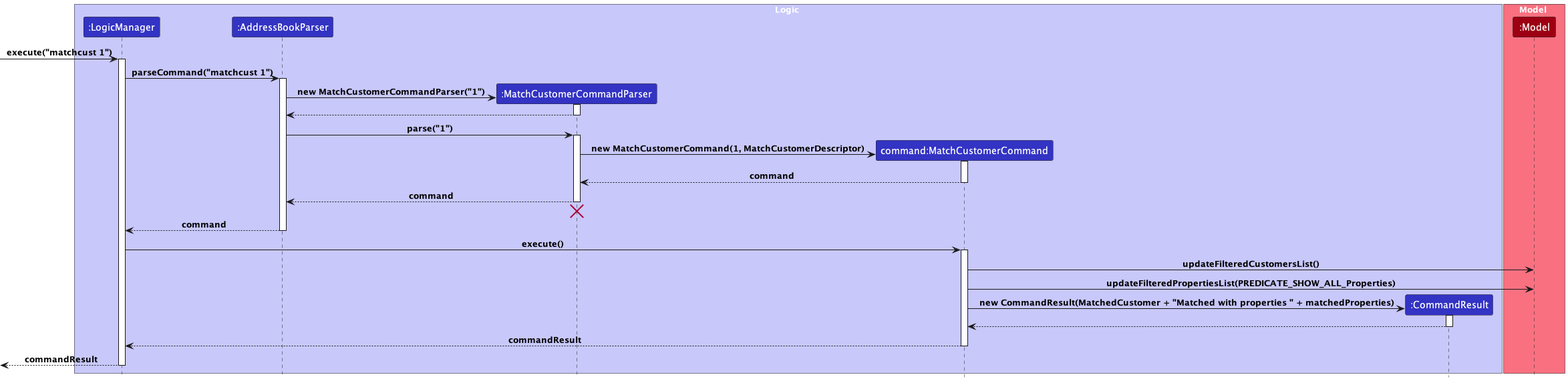
This is docs/images/MatchCustomerSequenceDiagram.png from saraozn/tp, a PlantUML export, as it was before one commit.
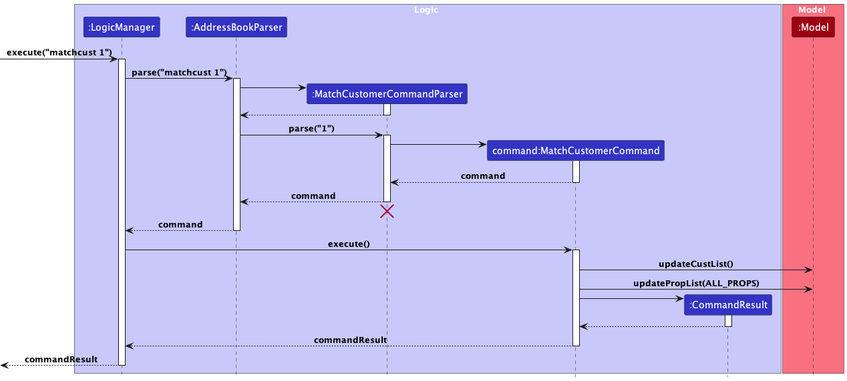
The same file after the commit.

Change to the diagram source:
```diff
@@ -16,11 +16,11 @@
 [-> LogicManager : execute("matchcust 1")
 activate LogicManager
 
-LogicManager -> AddressBookParser : parseCommand("matchcust 1")
+LogicManager -> AddressBookParser : parse("matchcust 1")
 activate AddressBookParser
 
 create MatchCustomerCommandParser
-AddressBookParser -> MatchCustomerCommandParser : new MatchCustomerCommandParser("1")
+AddressBookParser -> MatchCustomerCommandParser :
 activate MatchCustomerCommandParser
 
 MatchCustomerCommandParser --> AddressBookParser
@@ -30,7 +30,7 @@
 activate MatchCustomerCommandParser
 
 create MatchCustomerCommand
-MatchCustomerCommandParser -> MatchCustomerCommand : new MatchCustomerCommand(1, MatchCustomerDescriptor)
+MatchCustomerCommandParser -> MatchCustomerCommand :
 activate MatchCustomerCommand
 
 MatchCustomerCommand --> MatchCustomerCommandParser : command
@@ -47,12 +47,12 @@
 LogicManager -> MatchCustomerCommand : execute()
 activate MatchCustomerCommand
 
-MatchCustomerCommand -> Model : updateFilteredCustomersList()
+MatchCustomerCommand -> Model : updateCustList()
 
-MatchCustomerCommand -> Model : updateFilteredPropertiesList(PREDICATE_SHOW_ALL_Properties)
+MatchCustomerCommand -> Model : updatePropList(ALL_PROPS)
 
 create CommandResult
-MatchCustomerCommand -> CommandResult : new CommandResult(MatchedCustomer + "Matched with properties " + matchedProperties)
+MatchCustomerCommand -> CommandResult :
 activate CommandResult
 
 CommandResult --> MatchCustomerCommand
```
